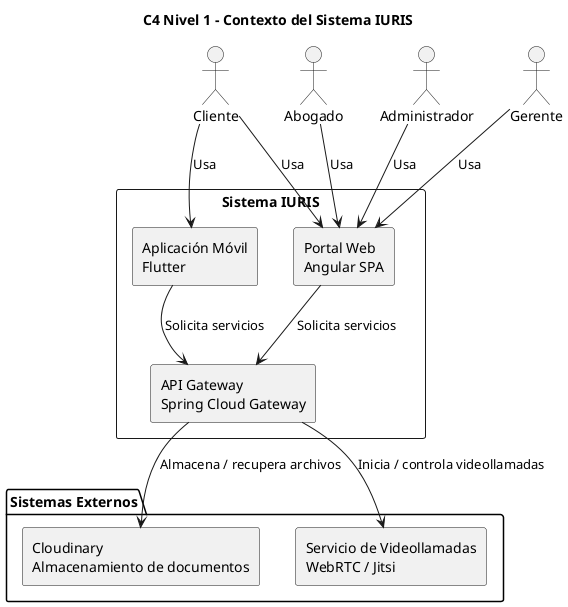
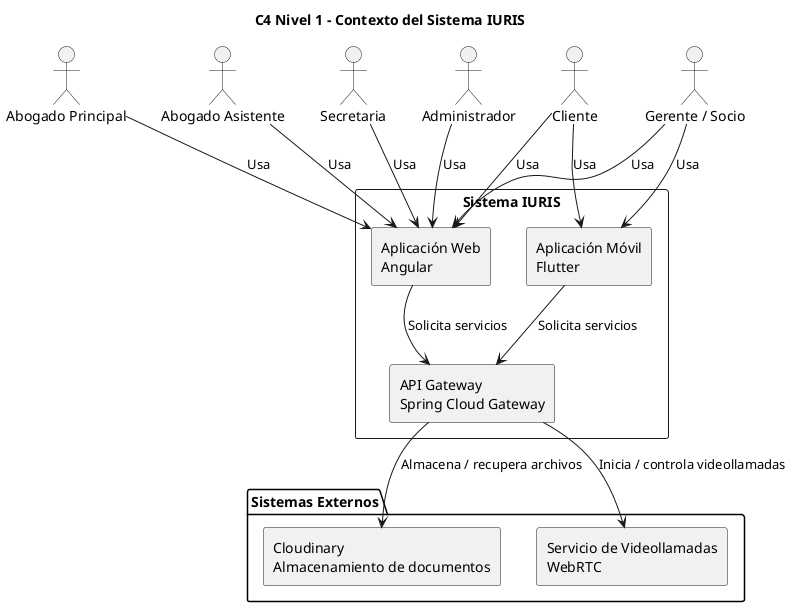
@startuml
title C4 Nivel 1 - Contexto del Sistema IURIS

- actor Cliente as Cliente
- actor Abogado as Abogado
- actor Administrador as Administrador
- actor Gerente as Gerente
+ actor "Cliente" as Cliente
+ actor "Abogado Principal" as AbogadoPrincipal
+ actor "Abogado Asistente" as AbogadoAsistente
+ actor "Secretaria" as Secretaria
+ actor "Administrador" as Administrador
+ actor "Gerente / Socio" as Gerente

rectangle "Sistema IURIS" as IURIS {
-   rectangle "Portal Web\nAngular SPA" as WebApp
+   rectangle "Aplicación Web\nAngular" as WebApp
  rectangle "Aplicación Móvil\nFlutter" as MobileApp
  rectangle "API Gateway\nSpring Cloud Gateway" as APIGW
}

+ Cliente --> MobileApp : Usa
Cliente --> WebApp : Usa
- Cliente --> MobileApp : Usa
- Abogado --> WebApp : Usa
+ AbogadoPrincipal --> WebApp : Usa
+ AbogadoAsistente --> WebApp : Usa
+ Secretaria --> WebApp : Usa
Administrador --> WebApp : Usa
Gerente --> WebApp : Usa
+ Gerente --> MobileApp : Usa

WebApp --> APIGW : Solicita servicios
MobileApp --> APIGW : Solicita servicios

package "Sistemas Externos" as Externos {
  rectangle "Cloudinary\nAlmacenamiento de documentos" as Cloudinary
-   rectangle "Servicio de Videollamadas\nWebRTC / Jitsi" as Video
+   rectangle "Servicio de Videollamadas\nWebRTC" as Video
}

APIGW --> Cloudinary : Almacena / recupera archivos
APIGW --> Video : Inicia / controla videollamadas

@enduml